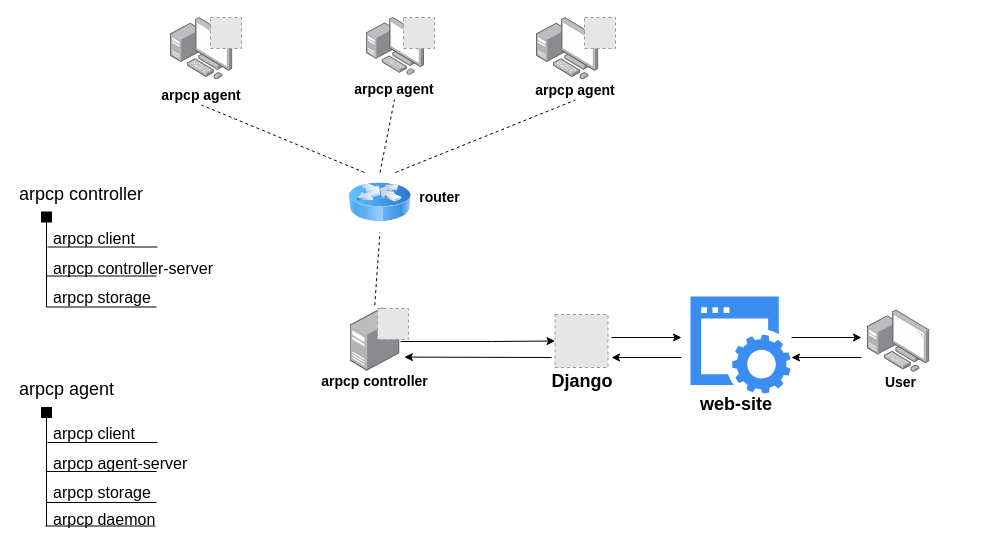
Before: arpcp scheme.drawio in inchernar/arpcp, a draw.io diagram. Source tidied: cells renumbered, new cells numbered last; positions are measured from the earlier drawing's top-left corner, leaving out a move shared by most shapes. Both pictures are drawn from the tidied source at 100%, with x=0, y=0 at pixel (17, 17). Pictures stored in the file or linked from it are replaced by grey dashed boxes.
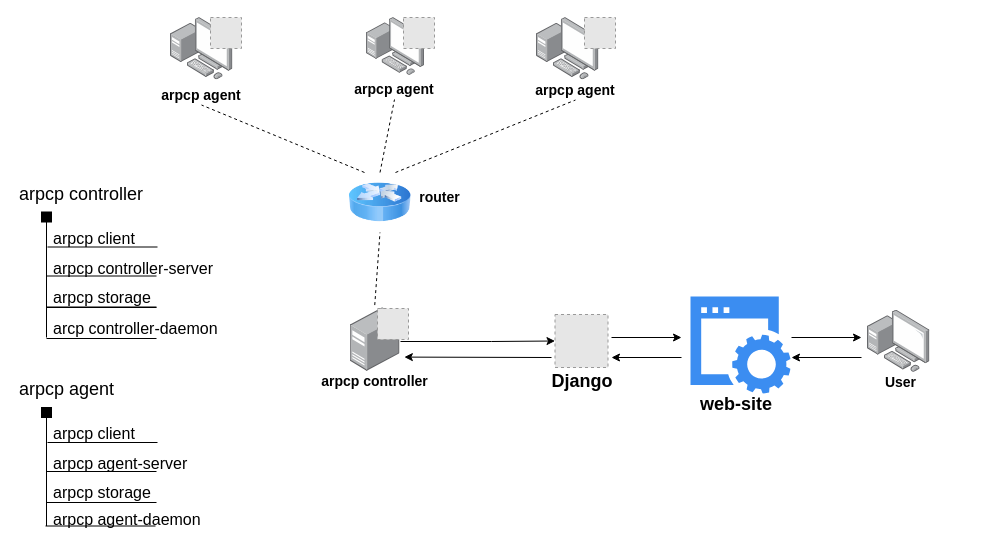
Above is the later version.

What changed in the source:
```diff
@@
     <mxCell id="22" style="endArrow=none;html=1;fontSize=18;" parent="1" edge="1">
       <mxGeometry relative="1" as="geometry">
-        <mxPoint x="29" y="289.5" as="sourcePoint" />
+        <mxPoint x="29" y="320" as="sourcePoint" />
         <mxPoint x="29" y="201" as="targetPoint" />
       </mxGeometry>
     </mxCell>
@@
-    <mxCell id="41" value="arpcp daemon" style="text;html=1;fontSize=16;" parent="1" vertex="1">
+    <mxCell id="41" value="arpcp agent-daemon" style="text;html=1;fontSize=16;" parent="1" vertex="1">
       <mxGeometry x="34" y="485.5" width="90" height="20" as="geometry" />
     </mxCell>
@@
+    <mxCell id="52" style="endArrow=none;html=1;fontSize=18;" parent="1" edge="1">
+      <mxGeometry relative="1" as="geometry">
+        <mxPoint x="29" y="290" as="sourcePoint" />
+        <mxPoint x="139" y="290" as="targetPoint" />
+      </mxGeometry>
+    </mxCell>
+    <mxCell id="53" value="arcp controller-daemon" style="text;html=1;fontSize=16;" parent="1" vertex="1">
+      <mxGeometry x="34" y="295" width="90" height="20" as="geometry" />
+    </mxCell>
+    <mxCell id="54" style="endArrow=none;html=1;fontSize=18;" parent="1" edge="1">
+      <mxGeometry relative="1" as="geometry">
+        <mxPoint x="29" y="321" as="sourcePoint" />
+        <mxPoint x="139" y="321" as="targetPoint" />
+      </mxGeometry>
+    </mxCell>
```
